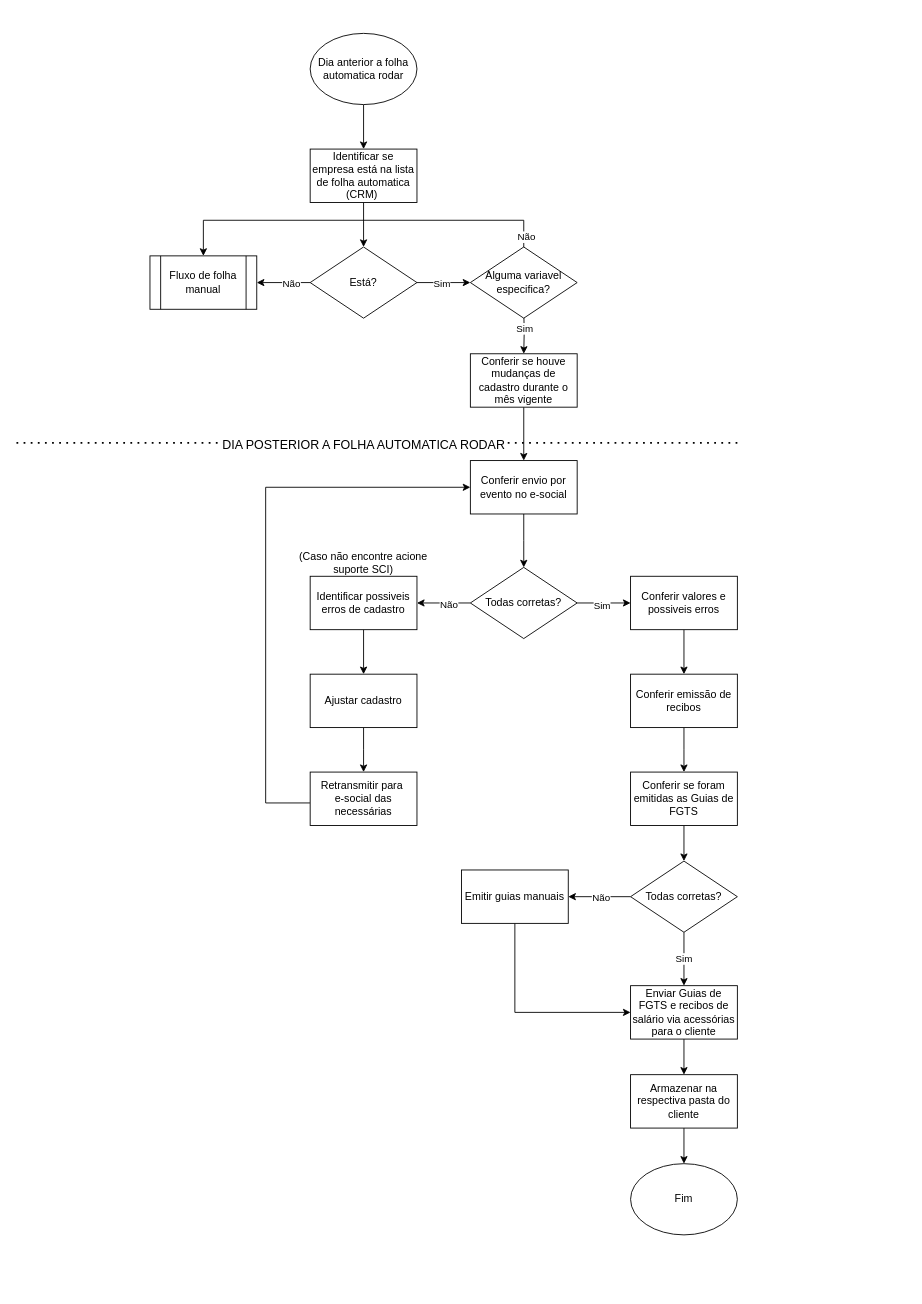
This is 3 - Departamento Pessoal/3 - Fluxo de folha de pagamento/2 - Fluxograma/Fluxo da folha automatica.drawio from MateusMoller/processos-contabeis, a draw.io file, before an edit. Source tidied: cells renumbered, new cells numbered last; positions are measured from the earlier drawing's top-left corner, leaving out a move shared by most shapes. Both pictures are drawn from the tidied source at 89%, with x=0, y=0 at pixel (16, 33).
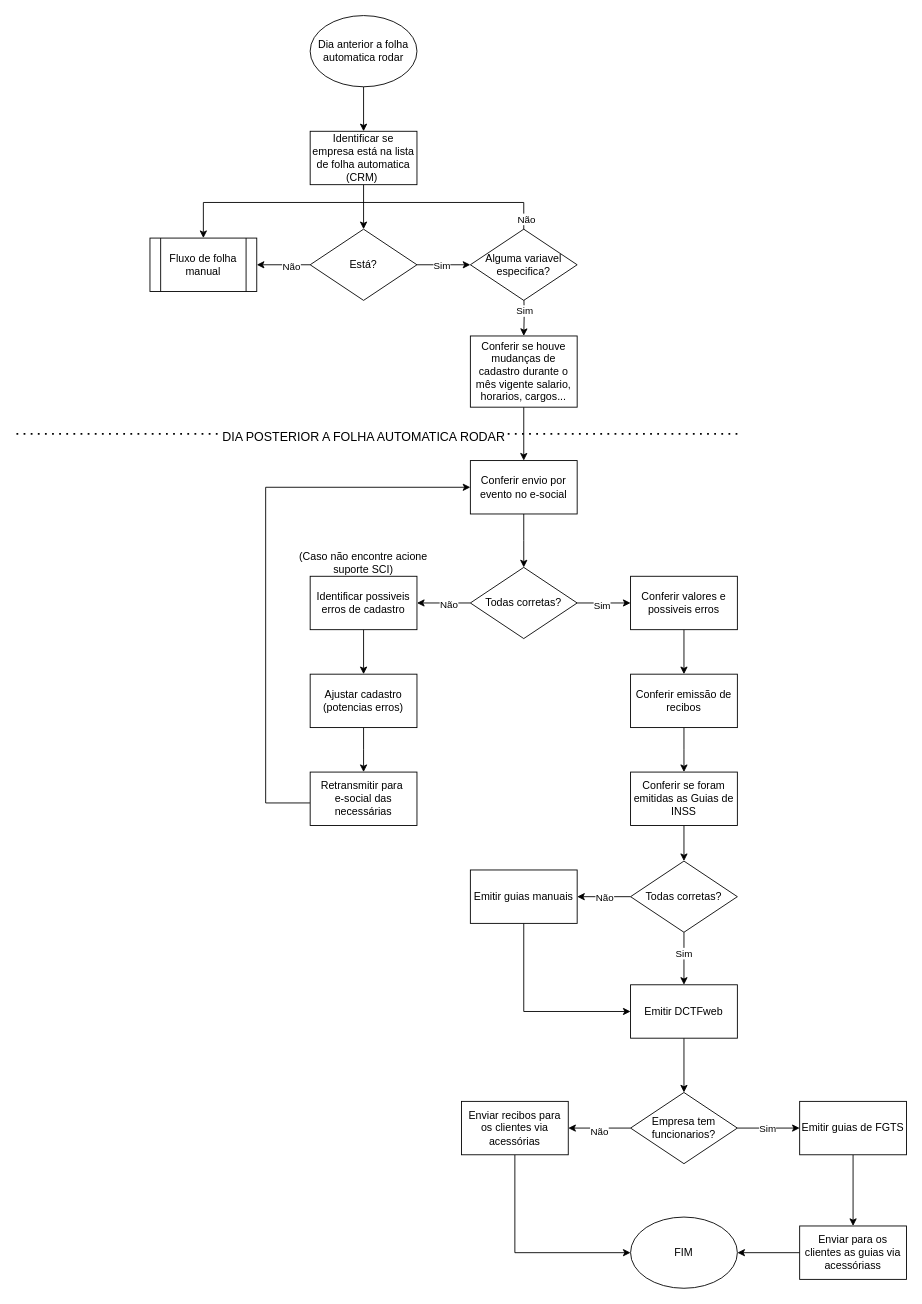
Above is the later version.

The change refers to these unchanged cells:
```xml
<mxCell id="44" value="Todas corretas?" style="rhombus;whiteSpace=wrap;html=1;" parent="1" vertex="1">
  <mxGeometry x="690" y="930" width="120" height="80" as="geometry" />
</mxCell>
```

Diff of the diagram source:
```diff
@@
     <mxCell id="3" value="Dia anterior a folha automatica rodar" style="ellipse;whiteSpace=wrap;html=1;" parent="1" vertex="1">
-      <mxGeometry x="330" width="120" height="80" as="geometry" />
+      <mxGeometry x="330" y="-20" width="120" height="80" as="geometry" />
     </mxCell>
@@
     <mxCell id="5" value="Identificar se empresa está na lista de folha automatica (CRM)&amp;nbsp;" style="whiteSpace=wrap;html=1;" parent="1" vertex="1">
-      <mxGeometry x="330" y="130" width="120" height="60" as="geometry" />
+      <mxGeometry x="330" y="110" width="120" height="60" as="geometry" />
     </mxCell>
     <mxCell id="6" style="edgeStyle=orthogonalEdgeStyle;rounded=0;jettySize=auto;html=1;" parent="1" edge="1" source="10">
       <mxGeometry relative="1" as="geometry">
-        <mxPoint x="270" y="280" as="targetPoint" />
+        <mxPoint x="270" y="260" as="targetPoint" />
       </mxGeometry>
     </mxCell>
@@
     <mxCell id="8" style="edgeStyle=orthogonalEdgeStyle;rounded=0;jettySize=auto;html=1;" parent="1" edge="1" source="10">
       <mxGeometry relative="1" as="geometry">
-        <mxPoint x="510" y="280" as="targetPoint" />
+        <mxPoint x="510" y="260" as="targetPoint" />
       </mxGeometry>
     </mxCell>
@@
     <mxCell id="10" value="Está?" style="rhombus;whiteSpace=wrap;html=1;" parent="1" vertex="1">
-      <mxGeometry x="330" y="240" width="120" height="80" as="geometry" />
+      <mxGeometry x="330" y="220" width="120" height="80" as="geometry" />
     </mxCell>
     <mxCell id="11" value="Fluxo de folha manual" style="shape=process;whiteSpace=wrap;html=1;backgroundOutline=1;" parent="1" vertex="1">
-      <mxGeometry x="150" y="250" width="120" height="60" as="geometry" />
+      <mxGeometry x="150" y="230" width="120" height="60" as="geometry" />
     </mxCell>
     <mxCell id="12" style="edgeStyle=orthogonalEdgeStyle;rounded=0;jettySize=auto;html=1;" parent="1" edge="1" target="17">
       <mxGeometry relative="1" as="geometry">
-        <mxPoint x="570" y="310" as="sourcePoint" />
+        <mxPoint x="570" y="290" as="sourcePoint" />
       </mxGeometry>
     </mxCell>
@@
     <mxCell id="14" style="edgeStyle=orthogonalEdgeStyle;rounded=0;jettySize=auto;html=1;entryX=0.5;entryY=0;entryDx=0;entryDy=0;exitX=0.5;exitY=0;exitDx=0;exitDy=0;" parent="1" edge="1" target="11">
       <mxGeometry relative="1" as="geometry">
-        <mxPoint x="570" y="250" as="sourcePoint" />
+        <mxPoint x="570" y="230" as="sourcePoint" />
         <Array as="points">
-          <mxPoint x="570" y="210" />
-          <mxPoint x="210" y="210" />
+          <mxPoint x="570" y="190" />
+          <mxPoint x="210" y="190" />
         </Array>
       </mxGeometry>
     </mxCell>
@@
-    <mxCell id="17" value="Conferir se houve mudanças de cadastro durante o mês vigente" style="whiteSpace=wrap;html=1;" parent="1" vertex="1">
-      <mxGeometry x="510" y="360" width="120" height="60" as="geometry" />
+    <mxCell id="17" value="Conferir se houve mudanças de cadastro durante o mês vigente salario, horarios, cargos..." style="whiteSpace=wrap;html=1;" parent="1" vertex="1">
+      <mxGeometry x="510" y="340" width="120" height="80" as="geometry" />
     </mxCell>
     <mxCell id="18" value="Alguma variavel especifica?" style="rhombus;whiteSpace=wrap;html=1;" parent="1" vertex="1">
-      <mxGeometry x="510" y="240" width="120" height="80" as="geometry" />
+      <mxGeometry x="510" y="220" width="120" height="80" as="geometry" />
     </mxCell>
     <mxCell id="19" style="endArrow=none;dashed=1;html=1;dashPattern=1 3;strokeWidth=2;rounded=0;" parent="1" edge="1">
       <mxGeometry relative="1" as="geometry">
-        <mxPoint y="460" as="sourcePoint" />
-        <mxPoint x="810" y="460" as="targetPoint" />
+        <mxPoint y="450" as="sourcePoint" />
+        <mxPoint x="810" y="450" as="targetPoint" />
       </mxGeometry>
     </mxCell>
@@
-    <mxCell id="35" value="Ajustar cadastro" style="rounded=0;whiteSpace=wrap;html=1;" parent="1" vertex="1">
+    <mxCell id="35" value="Ajustar cadastro&lt;div&gt;(potencias erros)&lt;/div&gt;" style="rounded=0;whiteSpace=wrap;html=1;" parent="1" vertex="1">
       <mxGeometry x="330" y="720" width="120" height="60" as="geometry" />
     </mxCell>
@@
-    <mxCell id="40" value="Conferir se foram emitidas as Guias de FGTS" style="rounded=0;whiteSpace=wrap;html=1;" parent="1" vertex="1">
+    <mxCell id="40" value="Conferir se foram emitidas as Guias de INSS" style="rounded=0;whiteSpace=wrap;html=1;" parent="1" vertex="1">
       <mxGeometry x="690" y="830" width="120" height="60" as="geometry" />
     </mxCell>
@@
-    <mxCell id="43" value="Sim" style="edgeStyle=orthogonalEdgeStyle;rounded=0;jettySize=auto;html=1;" parent="1" edge="1" source="44" target="48">
-      <mxGeometry relative="1" as="geometry" />
-    </mxCell>
+    <mxCell id="52" style="edgeStyle=orthogonalEdgeStyle;rounded=0;jettySize=auto;html=1;" parent="1" edge="1" source="44" target="63">
+      <mxGeometry relative="1" as="geometry" />
+    </mxCell>
+    <mxCell id="53" value="Sim" style="edgeLabel;html=1;align=center;verticalAlign=middle;" parent="52" vertex="1">
+      <mxGeometry x="-0.23" y="-1" relative="1" as="geometry" />
+    </mxCell>
@@
-    <mxCell id="45" style="edgeStyle=orthogonalEdgeStyle;rounded=0;jettySize=auto;html=1;entryX=0;entryY=0.5;entryDx=0;entryDy=0;exitX=0.5;exitY=1;exitDx=0;exitDy=0;" parent="1" edge="1" source="46" target="48">
-      <mxGeometry relative="1" as="geometry" />
-    </mxCell>
+    <mxCell id="54" style="edgeStyle=orthogonalEdgeStyle;rounded=0;jettySize=auto;html=1;entryX=0;entryY=0.5;entryDx=0;entryDy=0;exitX=0.5;exitY=1;exitDx=0;exitDy=0;" parent="1" edge="1" source="46" target="63">
+      <mxGeometry relative="1" as="geometry" />
+    </mxCell>
     <mxCell id="46" value="Emitir guias manuais" style="whiteSpace=wrap;html=1;" parent="1" vertex="1">
-      <mxGeometry x="500" y="940" width="120" height="60" as="geometry" />
+      <mxGeometry x="510" y="940" width="120" height="60" as="geometry" />
     </mxCell>
-    <mxCell id="47" style="edgeStyle=orthogonalEdgeStyle;rounded=0;jettySize=auto;html=1;" parent="1" edge="1" source="48" target="50">
-      <mxGeometry relative="1" as="geometry" />
-    </mxCell>
-    <mxCell id="48" value="Enviar Guias de FGTS e recibos de salário via acessórias para o cliente" style="whiteSpace=wrap;html=1;" parent="1" vertex="1">
-      <mxGeometry x="690" y="1070" width="120" height="60" as="geometry" />
-    </mxCell>
-    <mxCell id="49" style="edgeStyle=orthogonalEdgeStyle;rounded=0;jettySize=auto;html=1;" parent="1" edge="1" source="50" target="51">
-      <mxGeometry relative="1" as="geometry" />
-    </mxCell>
-    <mxCell id="50" value="Armazenar na respectiva pasta do cliente" style="whiteSpace=wrap;html=1;" parent="1" vertex="1">
-      <mxGeometry x="690" y="1170" width="120" height="60" as="geometry" />
-    </mxCell>
-    <mxCell id="51" value="Fim" style="ellipse;whiteSpace=wrap;html=1;" parent="1" vertex="1">
-      <mxGeometry x="690" y="1270" width="120" height="80" as="geometry" />
-    </mxCell>
+    <mxCell id="55" style="edgeStyle=orthogonalEdgeStyle;rounded=0;jettySize=auto;html=1;entryX=0;entryY=0.5;entryDx=0;entryDy=0;" parent="1" edge="1" source="59" target="61">
+      <mxGeometry relative="1" as="geometry" />
+    </mxCell>
+    <mxCell id="56" value="Sim" style="edgeLabel;html=1;align=center;verticalAlign=middle;" parent="55" vertex="1">
+      <mxGeometry x="-0.06" y="-2" relative="1" as="geometry">
+        <mxPoint y="-2" as="offset" />
+      </mxGeometry>
+    </mxCell>
+    <mxCell id="57" style="edgeStyle=orthogonalEdgeStyle;rounded=0;jettySize=auto;html=1;" parent="1" edge="1" source="59" target="67">
+      <mxGeometry relative="1" as="geometry" />
+    </mxCell>
+    <mxCell id="58" value="Não" style="edgeLabel;html=1;align=center;verticalAlign=middle;" parent="57" vertex="1">
+      <mxGeometry x="0.04" y="3" relative="1" as="geometry" />
+    </mxCell>
+    <mxCell id="59" value="Empresa tem funcionarios?" style="rhombus;whiteSpace=wrap;html=1;" parent="1" vertex="1">
+      <mxGeometry x="690" y="1190" width="120" height="80" as="geometry" />
+    </mxCell>
+    <mxCell id="60" style="edgeStyle=orthogonalEdgeStyle;rounded=0;jettySize=auto;html=1;" parent="1" edge="1" source="61" target="65">
+      <mxGeometry relative="1" as="geometry" />
+    </mxCell>
+    <mxCell id="61" value="Emitir guias de FGTS" style="whiteSpace=wrap;html=1;" parent="1" vertex="1">
+      <mxGeometry x="880" y="1200" width="120" height="60" as="geometry" />
+    </mxCell>
+    <mxCell id="62" style="edgeStyle=orthogonalEdgeStyle;rounded=0;jettySize=auto;html=1;" parent="1" edge="1" source="63" target="59">
+      <mxGeometry relative="1" as="geometry" />
+    </mxCell>
+    <mxCell id="63" value="Emitir DCTFweb" style="whiteSpace=wrap;html=1;" parent="1" vertex="1">
+      <mxGeometry x="690" y="1069" width="120" height="60" as="geometry" />
+    </mxCell>
+    <mxCell id="64" style="edgeStyle=orthogonalEdgeStyle;rounded=0;jettySize=auto;html=1;entryX=1;entryY=0.5;entryDx=0;entryDy=0;" parent="1" edge="1" source="65" target="68">
+      <mxGeometry relative="1" as="geometry" />
+    </mxCell>
+    <mxCell id="65" value="Enviar para os clientes as guias via acessóriass" style="whiteSpace=wrap;html=1;" parent="1" vertex="1">
+      <mxGeometry x="880" y="1340" width="120" height="60" as="geometry" />
+    </mxCell>
+    <mxCell id="66" style="edgeStyle=orthogonalEdgeStyle;rounded=0;jettySize=auto;html=1;entryX=0;entryY=0.5;entryDx=0;entryDy=0;exitX=0.5;exitY=1;exitDx=0;exitDy=0;" parent="1" edge="1" source="67" target="68">
+      <mxGeometry relative="1" as="geometry" />
+    </mxCell>
+    <mxCell id="67" value="Enviar recibos para os clientes via acessórias" style="whiteSpace=wrap;html=1;" parent="1" vertex="1">
+      <mxGeometry x="500" y="1200" width="120" height="60" as="geometry" />
+    </mxCell>
+    <mxCell id="68" value="FIM" style="ellipse;whiteSpace=wrap;html=1;" parent="1" vertex="1">
+      <mxGeometry x="690" y="1330" width="120" height="80" as="geometry" />
+    </mxCell>
```
